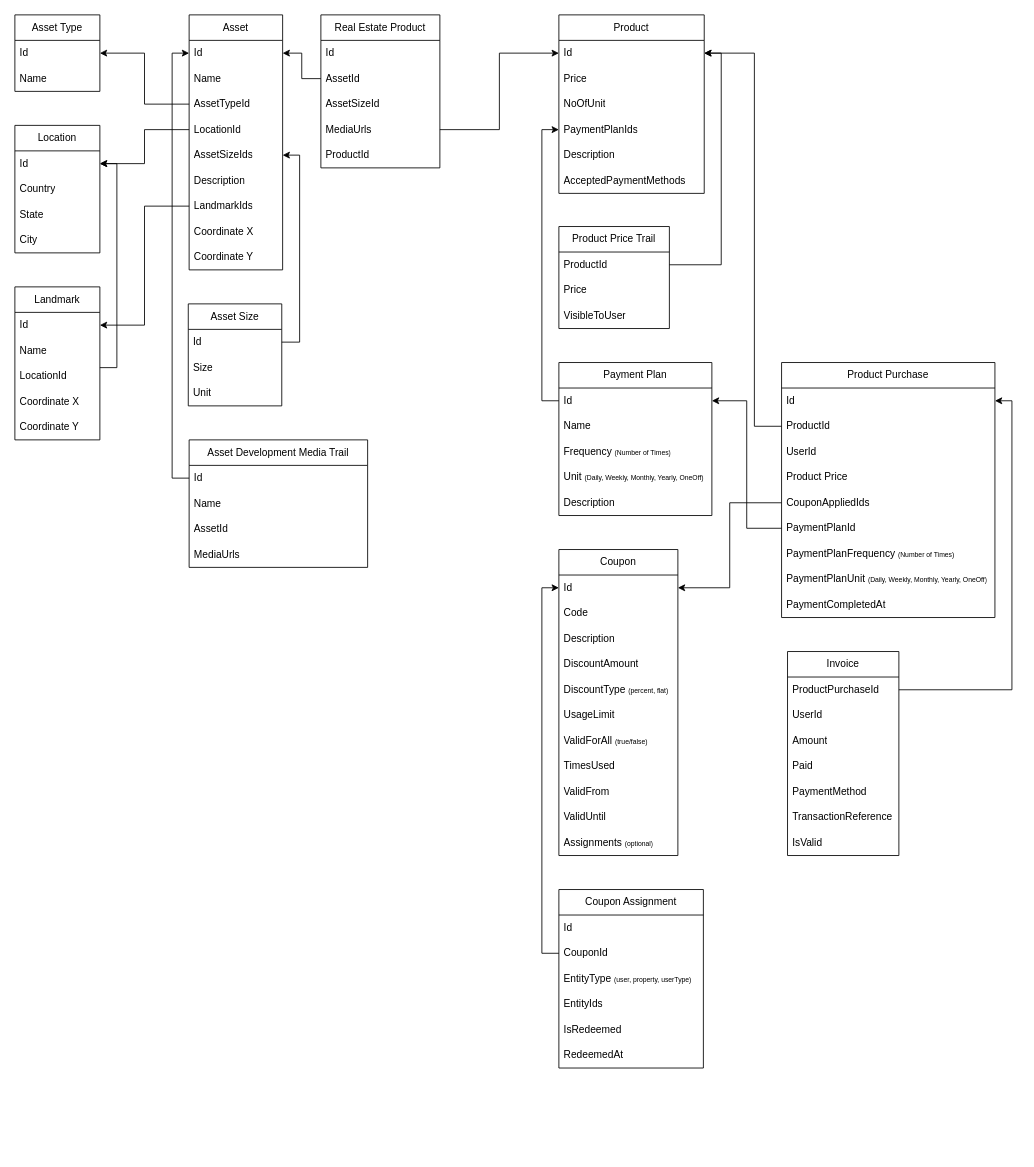
Before: sellperty.drawio in isaac-code/diagrams, a draw.io diagram. Source tidied: cells renumbered, new cells numbered last; positions are measured from the earlier drawing's top-left corner, leaving out a move shared by most shapes. Both pictures are drawn from the tidied source at 85%, with x=0, y=0 at pixel (14, 14).
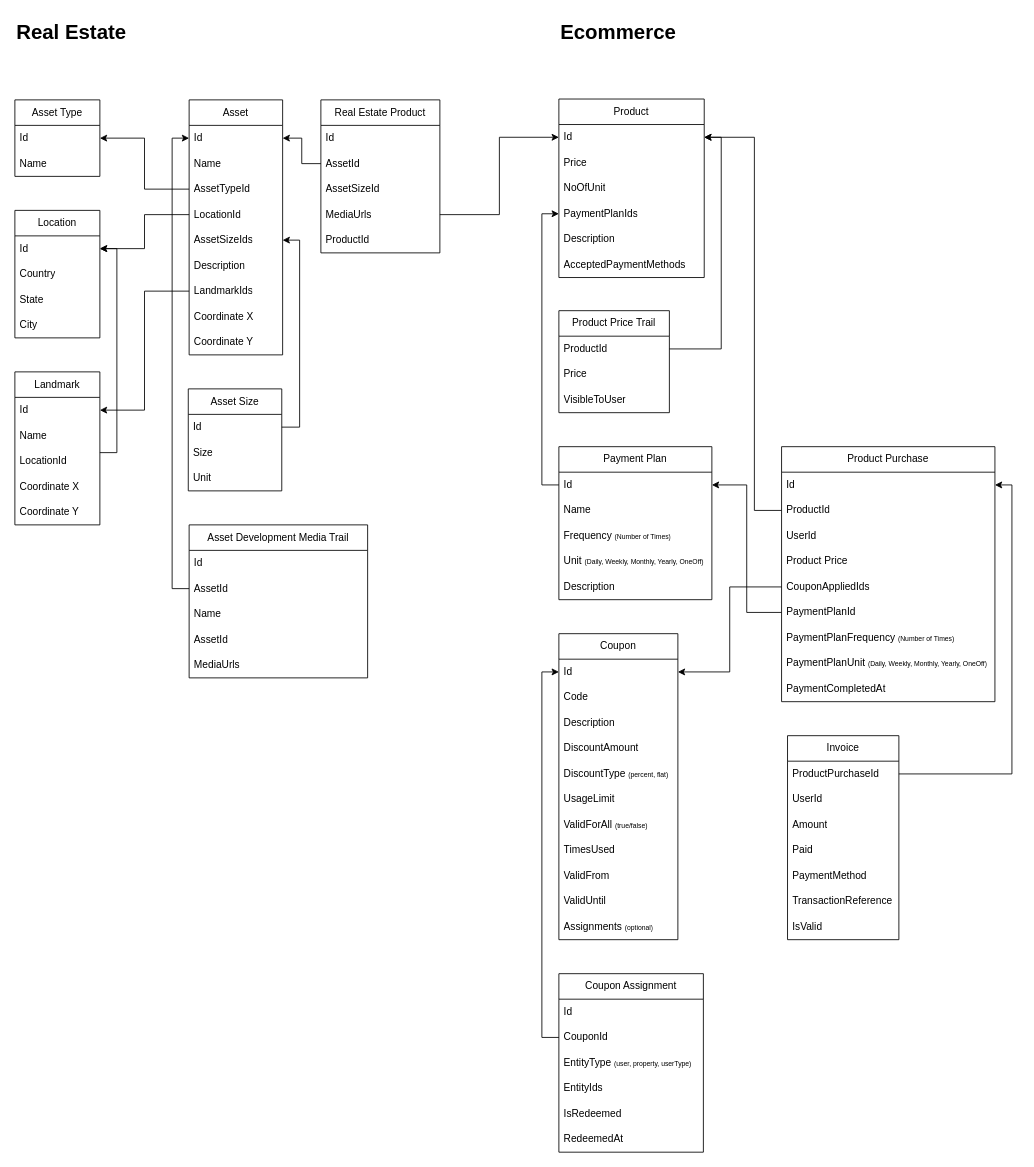
Above is the later version.

Commit message:
Separation of Concerns

Unchanged cells that the change refers to:
```xml
<mxCell id="16" value="Id" style="text;strokeColor=none;fillColor=none;align=left;verticalAlign=middle;spacingLeft=4;spacingRight=4;overflow=hidden;points=[[0,0.5],[1,0.5]];portConstraint=eastwest;whiteSpace=wrap;html=1;" parent="15" vertex="1">
  <mxGeometry y="30" width="100" height="30" as="geometry" />
</mxCell>
<mxCell id="27" value="LocationId" style="text;strokeColor=none;fillColor=none;align=left;verticalAlign=middle;spacingLeft=4;spacingRight=4;overflow=hidden;points=[[0,0.5],[1,0.5]];portConstraint=eastwest;whiteSpace=wrap;html=1;" parent="24" vertex="1">
  <mxGeometry y="90" width="100" height="30" as="geometry" />
</mxCell>
<mxCell id="31" value="Id" style="text;strokeColor=none;fillColor=none;align=left;verticalAlign=middle;spacingLeft=4;spacingRight=4;overflow=hidden;points=[[0,0.5],[1,0.5]];portConstraint=eastwest;whiteSpace=wrap;html=1;" parent="30" vertex="1">
  <mxGeometry y="30" width="171" height="30" as="geometry" />
</mxCell>
<mxCell id="53" value="ProductId" style="text;strokeColor=none;fillColor=none;align=left;verticalAlign=middle;spacingLeft=4;spacingRight=4;overflow=hidden;points=[[0,0.5],[1,0.5]];portConstraint=eastwest;whiteSpace=wrap;html=1;" parent="51" vertex="1">
  <mxGeometry y="60" width="251" height="30" as="geometry" />
</mxCell>
```

Change to the diagram source:
```diff
@@
     <mxCell id="2" value="Asset Type" style="swimlane;fontStyle=0;horizontal=1;startSize=30;whiteSpace=wrap;html=1;" parent="1" vertex="1">
-      <mxGeometry width="100" height="90" as="geometry" />
+      <mxGeometry y="100" width="100" height="90" as="geometry" />
     </mxCell>
@@
     <mxCell id="5" value="Asset" style="swimlane;fontStyle=0;horizontal=1;startSize=30;whiteSpace=wrap;html=1;" parent="1" vertex="1">
-      <mxGeometry x="205" width="110" height="300" as="geometry" />
+      <mxGeometry x="205" y="100" width="110" height="300" as="geometry" />
     </mxCell>
@@
     <mxCell id="15" value="Location" style="swimlane;fontStyle=0;horizontal=1;startSize=30;whiteSpace=wrap;html=1;" parent="1" vertex="1">
-      <mxGeometry y="130" width="100" height="150" as="geometry" />
+      <mxGeometry y="230" width="100" height="150" as="geometry" />
     </mxCell>
@@
     <mxCell id="20" value="Asset Size" style="swimlane;fontStyle=0;horizontal=1;startSize=30;whiteSpace=wrap;html=1;" parent="1" vertex="1">
-      <mxGeometry x="204" y="340" width="110" height="120" as="geometry" />
+      <mxGeometry x="204" y="440" width="110" height="120" as="geometry" />
     </mxCell>
@@
     <mxCell id="24" value="Landmark" style="swimlane;fontStyle=0;horizontal=1;startSize=30;whiteSpace=wrap;html=1;" parent="1" vertex="1">
-      <mxGeometry y="320" width="100" height="180" as="geometry" />
+      <mxGeometry y="420" width="100" height="180" as="geometry" />
     </mxCell>
@@
     <mxCell id="30" value="Product" style="swimlane;fontStyle=0;horizontal=1;startSize=30;whiteSpace=wrap;html=1;" parent="1" vertex="1">
-      <mxGeometry x="640" width="171" height="210" as="geometry" />
+      <mxGeometry x="640" y="99" width="171" height="210" as="geometry" />
     </mxCell>
@@
     <mxCell id="37" value="Payment Plan" style="swimlane;fontStyle=0;horizontal=1;startSize=30;whiteSpace=wrap;html=1;" parent="1" vertex="1">
-      <mxGeometry x="640" y="409" width="180" height="180" as="geometry" />
+      <mxGeometry x="640" y="508" width="180" height="180" as="geometry" />
     </mxCell>
@@
     <mxCell id="43" value="Product Price Trail" style="swimlane;fontStyle=0;horizontal=1;startSize=30;whiteSpace=wrap;html=1;" parent="1" vertex="1">
-      <mxGeometry x="640" y="249" width="130" height="120" as="geometry" />
+      <mxGeometry x="640" y="348" width="130" height="120" as="geometry" />
     </mxCell>
@@
     <mxCell id="49" style="edgeStyle=orthogonalEdgeStyle;rounded=0;jettySize=auto;html=1;entryX=1;entryY=0.5;entryDx=0;entryDy=0;" parent="1" edge="1" source="27" target="16">
       <mxGeometry relative="1" as="geometry">
         <Array as="points">
-          <mxPoint x="120" y="415" />
-          <mxPoint x="120" y="175" />
+          <mxPoint x="120" y="515" />
+          <mxPoint x="120" y="275" />
         </Array>
       </mxGeometry>
     </mxCell>
@@
     <mxCell id="51" value="Product Purchase" style="swimlane;fontStyle=0;horizontal=1;startSize=30;whiteSpace=wrap;html=1;" parent="1" vertex="1">
-      <mxGeometry x="902" y="409" width="251" height="300" as="geometry" />
+      <mxGeometry x="902" y="508" width="251" height="300" as="geometry" />
     </mxCell>
@@
     <mxCell id="61" value="Invoice" style="swimlane;fontStyle=0;horizontal=1;startSize=30;whiteSpace=wrap;html=1;" parent="1" vertex="1">
-      <mxGeometry x="909" y="749" width="131" height="240" as="geometry" />
+      <mxGeometry x="909" y="848" width="131" height="240" as="geometry" />
     </mxCell>
@@
     <mxCell id="70" value="Coupon" style="swimlane;fontStyle=0;horizontal=1;startSize=30;whiteSpace=wrap;html=1;" parent="1" vertex="1">
-      <mxGeometry x="640" y="629" width="140" height="360" as="geometry" />
+      <mxGeometry x="640" y="728" width="140" height="360" as="geometry" />
     </mxCell>
@@
     <mxCell id="82" value="Coupon Assignment" style="swimlane;fontStyle=0;horizontal=1;startSize=30;whiteSpace=wrap;html=1;" parent="1" vertex="1">
-      <mxGeometry x="640" y="1029" width="170" height="210" as="geometry" />
+      <mxGeometry x="640" y="1128" width="170" height="210" as="geometry" />
     </mxCell>
@@
     <mxCell id="92" value="Real Estate Product" style="swimlane;fontStyle=0;horizontal=1;startSize=30;whiteSpace=wrap;html=1;" parent="1" vertex="1">
-      <mxGeometry x="360" width="140" height="180" as="geometry" />
+      <mxGeometry x="360" y="100" width="140" height="180" as="geometry" />
     </mxCell>
@@
     <mxCell id="101" style="edgeStyle=orthogonalEdgeStyle;rounded=0;jettySize=auto;html=1;entryX=1;entryY=0.5;entryDx=0;entryDy=0;" parent="1" edge="1" source="53" target="31">
       <mxGeometry relative="1" as="geometry">
         <Array as="points">
-          <mxPoint x="870" y="484" />
-          <mxPoint x="870" y="45" />
+          <mxPoint x="870" y="583" />
+          <mxPoint x="870" y="144" />
         </Array>
       </mxGeometry>
     </mxCell>
@@
     <mxCell id="103" value="Asset Development Media Trail" style="swimlane;fontStyle=0;horizontal=1;startSize=30;whiteSpace=wrap;html=1;" parent="1" vertex="1">
-      <mxGeometry x="205" y="500" width="210" height="150" as="geometry" />
+      <mxGeometry x="205" y="600" width="210" height="180" as="geometry" />
     </mxCell>
+    <mxCell id="110" value="Id" style="text;strokeColor=none;fillColor=none;align=left;verticalAlign=middle;spacingLeft=4;spacingRight=4;overflow=hidden;whiteSpace=wrap;html=1;" parent="103" vertex="1">
+      <mxGeometry y="30" width="210" height="30" as="geometry" />
+    </mxCell>
-    <mxCell id="104" value="Id" style="text;strokeColor=none;fillColor=none;align=left;verticalAlign=middle;spacingLeft=4;spacingRight=4;overflow=hidden;points=[[0,0.5],[1,0.5]];portConstraint=eastwest;whiteSpace=wrap;html=1;" parent="103" vertex="1">
-      <mxGeometry y="30" width="210" height="30" as="geometry" />
+    <mxCell id="104" value="AssetId" style="text;strokeColor=none;fillColor=none;align=left;verticalAlign=middle;spacingLeft=4;spacingRight=4;overflow=hidden;points=[[0,0.5],[1,0.5]];portConstraint=eastwest;whiteSpace=wrap;html=1;" parent="103" vertex="1">
+      <mxGeometry y="60" width="210" height="30" as="geometry" />
     </mxCell>
     <mxCell id="105" value="Name" style="text;strokeColor=none;fillColor=none;align=left;verticalAlign=middle;spacingLeft=4;spacingRight=4;overflow=hidden;whiteSpace=wrap;html=1;" parent="103" vertex="1">
-      <mxGeometry y="60" width="210" height="30" as="geometry" />
+      <mxGeometry y="90" width="210" height="30" as="geometry" />
     </mxCell>
     <mxCell id="106" value="AssetId" style="text;strokeColor=none;fillColor=none;align=left;verticalAlign=middle;spacingLeft=4;spacingRight=4;overflow=hidden;whiteSpace=wrap;html=1;" parent="103" vertex="1">
-      <mxGeometry y="90" width="210" height="30" as="geometry" />
+      <mxGeometry y="120" width="210" height="30" as="geometry" />
     </mxCell>
     <mxCell id="107" value="MediaUrls" style="text;strokeColor=none;fillColor=none;align=left;verticalAlign=middle;spacingLeft=4;spacingRight=4;overflow=hidden;whiteSpace=wrap;html=1;" parent="103" vertex="1">
-      <mxGeometry y="120" width="210" height="30" as="geometry" />
+      <mxGeometry y="150" width="210" height="30" as="geometry" />
     </mxCell>
@@
+    <mxCell id="111" value="&lt;h1 style=&quot;margin-top: 0px;&quot;&gt;Real Estate&lt;/h1&gt;" style="text;html=1;whiteSpace=wrap;overflow=hidden;rounded=0;" parent="1" vertex="1">
+      <mxGeometry width="180" height="50" as="geometry" />
+    </mxCell>
+    <mxCell id="112" value="&lt;h1 style=&quot;margin-top: 0px;&quot;&gt;Ecommerce&lt;/h1&gt;" style="text;html=1;whiteSpace=wrap;overflow=hidden;rounded=0;" parent="1" vertex="1">
+      <mxGeometry x="640" width="180" height="50" as="geometry" />
+    </mxCell>
```
